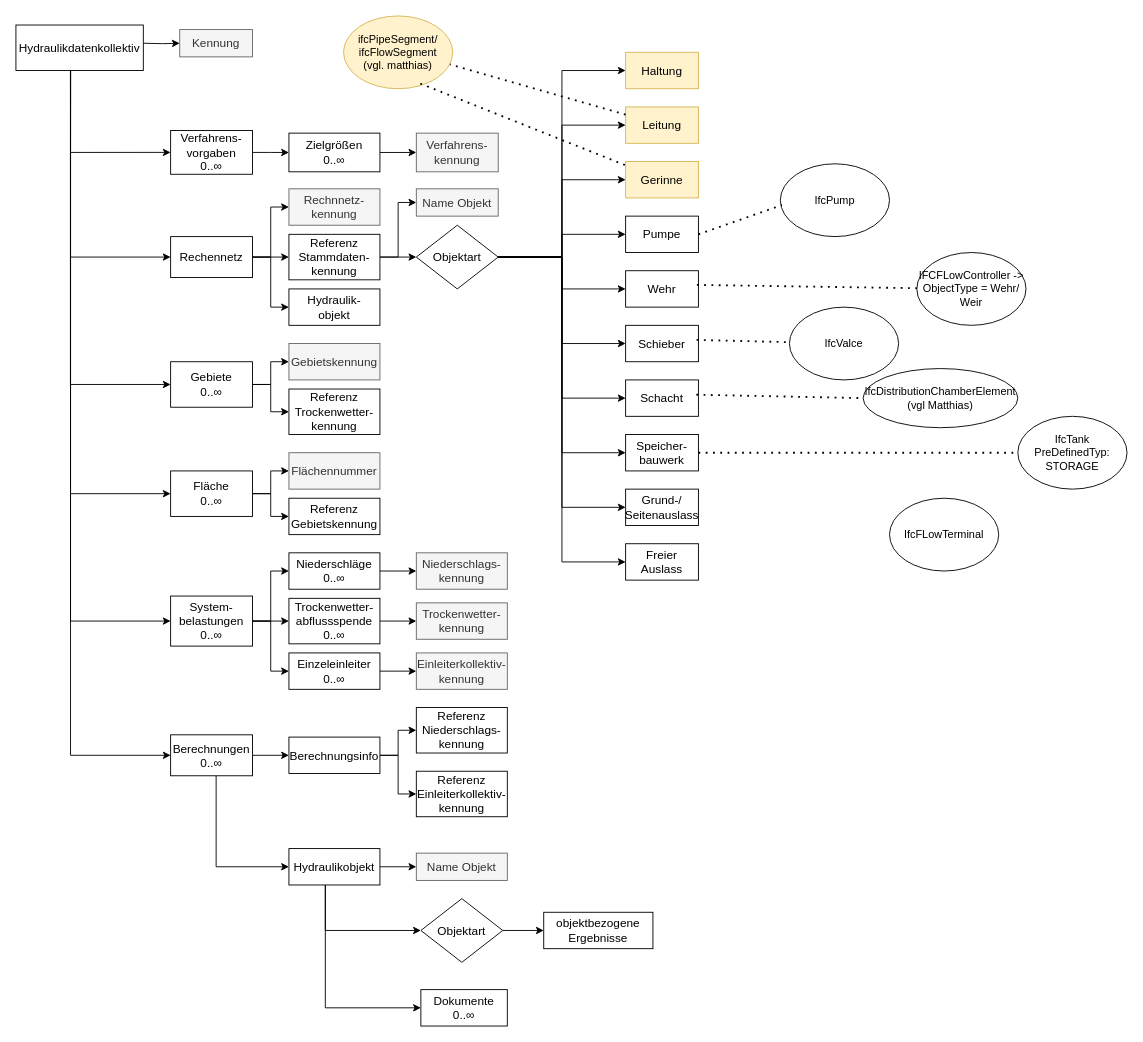
The draw.io diagram Grobwasser mit IFC Klassen.drawio in simonwb123/BA-ISYBAU, before the edit. Source tidied: cells renumbered, new cells numbered last; positions are measured from the earlier drawing's top-left corner, leaving out a move shared by most shapes. Both pictures are drawn from the tidied source at 91%, with x=0, y=0 at pixel (15, 15).
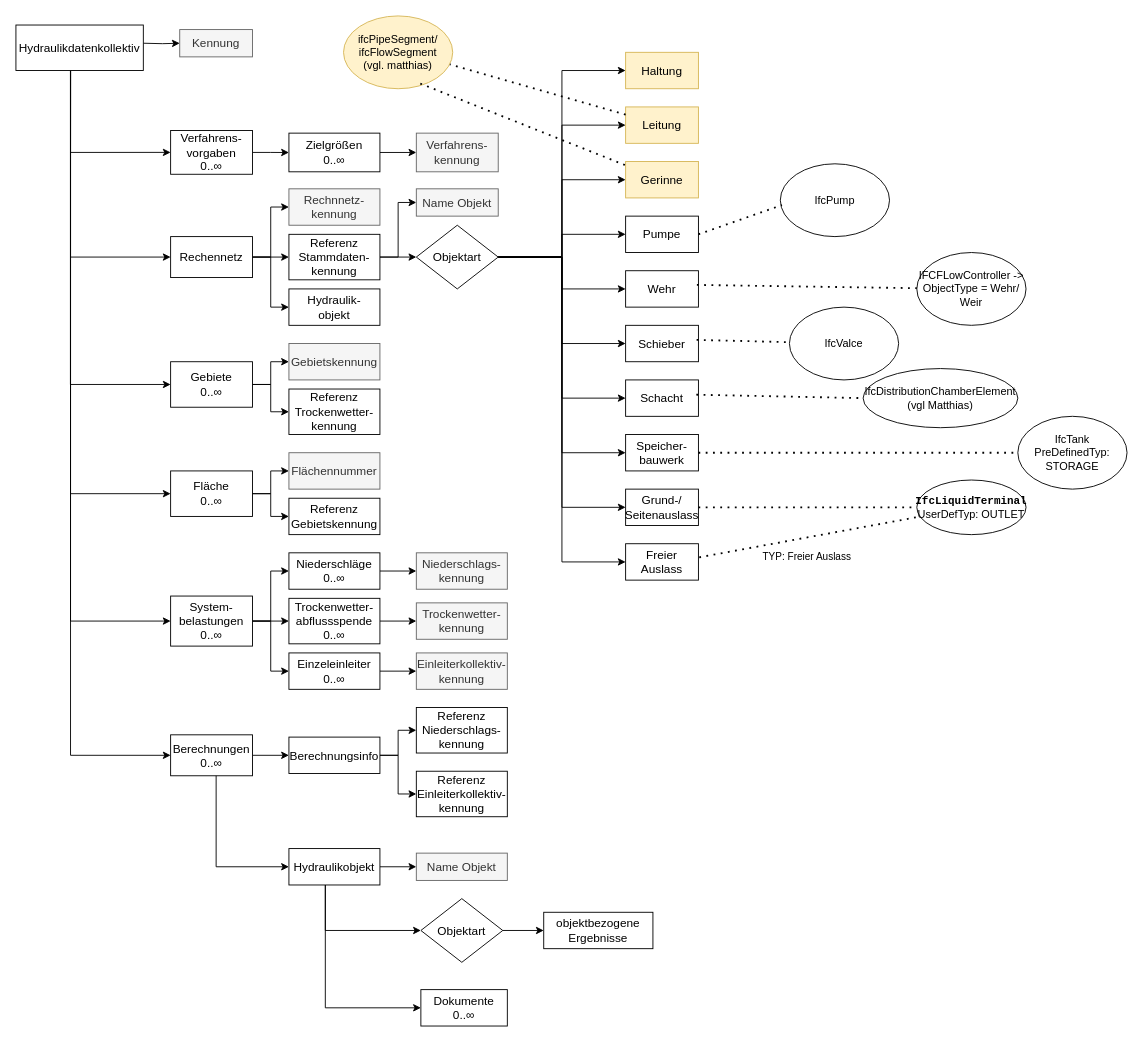
The same page after the edit.

Commit message:
IFCklass objektarten Fertig

The change refers to these unchanged cells:
```xml
<mxCell id="42" value="&lt;div&gt;Grund-/&lt;/div&gt;&lt;div&gt;Seitenauslass&lt;/div&gt;" style="rounded=0;whiteSpace=wrap;html=1;fontFamily=Latin Modern;fontSize=13;" parent="1" vertex="1">
  <mxGeometry x="670" y="520" width="80" height="40" as="geometry" />
</mxCell>
<mxCell id="43" value="Freier Auslass" style="rounded=0;whiteSpace=wrap;html=1;fontFamily=Latin Modern;fontSize=13;" parent="1" vertex="1">
  <mxGeometry x="670" y="580" width="80" height="40" as="geometry" />
</mxCell>
```

Change to the diagram source:
```diff
@@
-    <mxCell id="101" value="IfcFLowTerminal" style="ellipse;whiteSpace=wrap;html=1;" parent="1" vertex="1">
-      <mxGeometry x="960" y="530" width="120" height="80" as="geometry" />
+    <mxCell id="101" value="&lt;strong&gt;&lt;code&gt;IfcLiquidTerminal&lt;/code&gt;&lt;/strong&gt;&lt;br&gt;UserDefTyp: OUTLET" style="ellipse;whiteSpace=wrap;html=1;" parent="1" vertex="1">
+      <mxGeometry x="990" y="510" width="120" height="60" as="geometry" />
     </mxCell>
+    <mxCell id="102" style="endArrow=none;dashed=1;html=1;dashPattern=1 3;strokeWidth=2;rounded=0;entryX=0;entryY=0.5;entryDx=0;entryDy=0;exitX=1;exitY=0.5;exitDx=0;exitDy=0;" parent="1" edge="1" source="42" target="101">
+      <mxGeometry relative="1" as="geometry" />
+    </mxCell>
+    <mxCell id="103" style="endArrow=none;dashed=1;html=1;dashPattern=1 3;strokeWidth=2;rounded=0;exitX=1.011;exitY=0.374;exitDx=0;exitDy=0;exitPerimeter=0;" parent="1" edge="1" source="43" target="101">
+      <mxGeometry relative="1" as="geometry" />
+    </mxCell>
+    <mxCell id="104" value="&lt;div&gt;TYP: Freier Auslass&lt;/div&gt;&lt;div&gt;&lt;br&gt;&lt;/div&gt;" style="edgeLabel;html=1;align=center;verticalAlign=middle;" parent="103" vertex="1">
+      <mxGeometry x="-0.21" y="-2" relative="1" as="geometry">
+        <mxPoint x="22" y="21" as="offset" />
+      </mxGeometry>
+    </mxCell>
```
